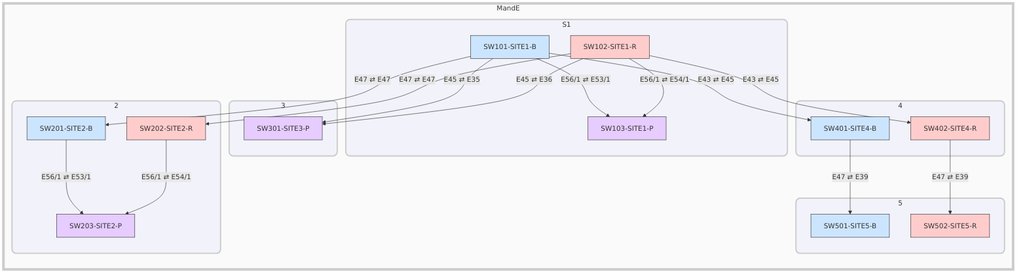
The Mermaid diagram sites/eastcoast/documentation/images/site_diagram.png in wdion-arista/MandE, before a commit. Its source is kept beside it as sites/eastcoast/documentation/images/site_diagram.mmd.
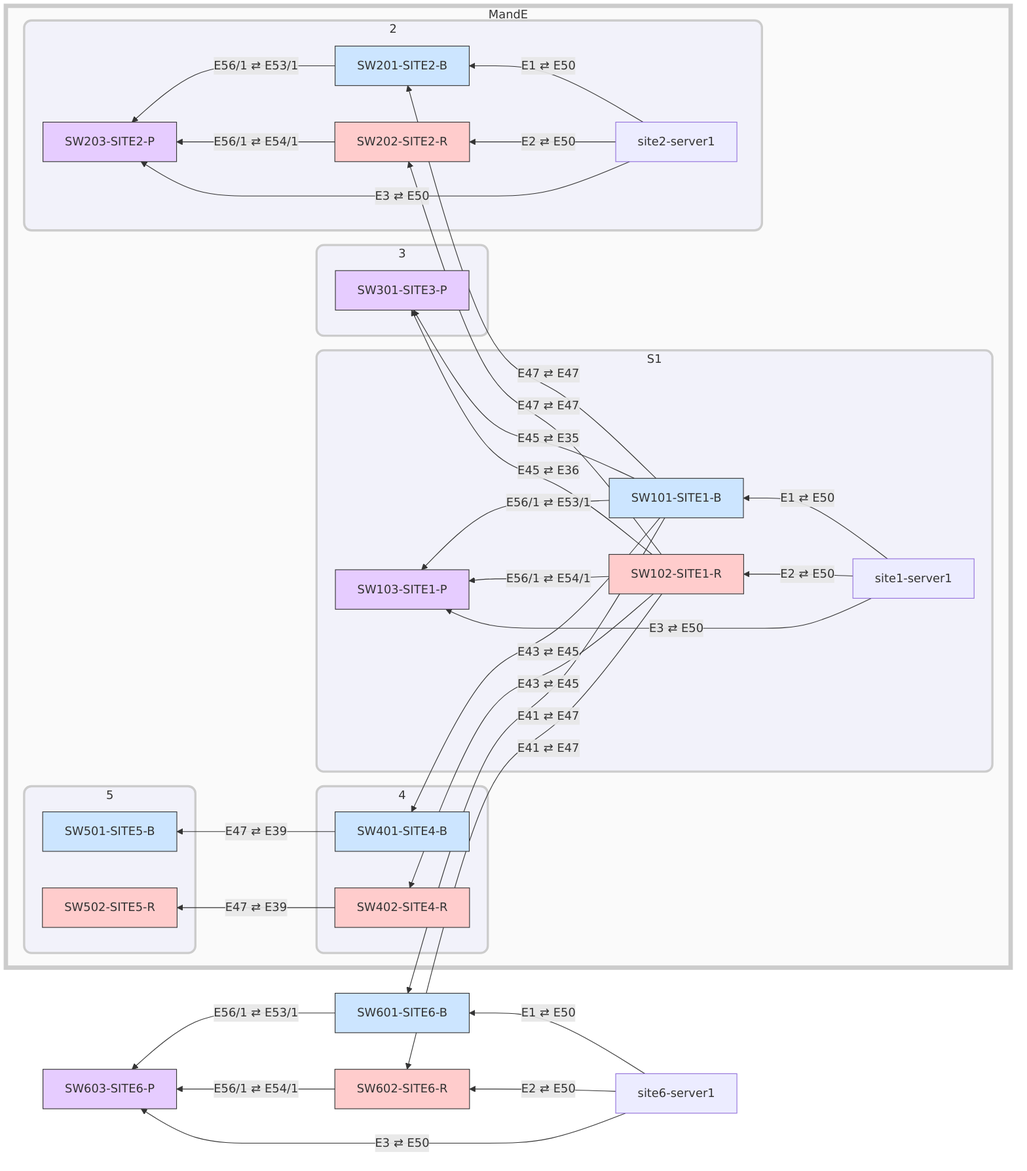
After the change.

What changed in the source:
```diff
@@ -12,12 +12,14 @@
     SW101-SITE1-B
     SW102-SITE1-R
     SW103-SITE1-P
+    site1-server1
 end
 subgraph 2
     direction RL
     SW201-SITE2-B
     SW202-SITE2-R
     SW203-SITE2-P
+    site2-server1
 end
 subgraph 3
     direction RL
@@ -33,18 +35,31 @@
     SW501-SITE5-B
     SW502-SITE5-R
 end
+    SW101-SITE1-B -- "E41 ⇄ E47" --> SW601-SITE6-B
     SW101-SITE1-B -- "E43 ⇄ E45" --> SW401-SITE4-B
     SW101-SITE1-B -- "E45 ⇄ E35" --> SW301-SITE3-P
     SW101-SITE1-B -- "E47 ⇄ E47" --> SW201-SITE2-B
     SW101-SITE1-B -- "E56/1 ⇄ E53/1" --> SW103-SITE1-P
+    site1-server1 -- "E1 ⇄ E50" --> SW101-SITE1-B
+    SW102-SITE1-R -- "E41 ⇄ E47" --> SW602-SITE6-R
     SW102-SITE1-R -- "E43 ⇄ E45" --> SW402-SITE4-R
     SW102-SITE1-R -- "E45 ⇄ E36" --> SW301-SITE3-P
     SW102-SITE1-R -- "E47 ⇄ E47" --> SW202-SITE2-R
     SW102-SITE1-R -- "E56/1 ⇄ E54/1" --> SW103-SITE1-P
+    site1-server1 -- "E2 ⇄ E50" --> SW102-SITE1-R
+    site1-server1 -- "E3 ⇄ E50" --> SW103-SITE1-P
     SW201-SITE2-B -- "E56/1 ⇄ E53/1" --> SW203-SITE2-P
+    site2-server1 -- "E1 ⇄ E50" --> SW201-SITE2-B
     SW202-SITE2-R -- "E56/1 ⇄ E54/1" --> SW203-SITE2-P
+    site2-server1 -- "E2 ⇄ E50" --> SW202-SITE2-R
+    site2-server1 -- "E3 ⇄ E50" --> SW203-SITE2-P
     SW401-SITE4-B -- "E47 ⇄ E39" --> SW501-SITE5-B
     SW402-SITE4-R -- "E47 ⇄ E39" --> SW502-SITE5-R
+    SW601-SITE6-B -- "E56/1 ⇄ E53/1" --> SW603-SITE6-P
+    site6-server1 -- "E1 ⇄ E50" --> SW601-SITE6-B
+    SW602-SITE6-R -- "E56/1 ⇄ E54/1" --> SW603-SITE6-P
+    site6-server1 -- "E2 ⇄ E50" --> SW602-SITE6-R
+    site6-server1 -- "E3 ⇄ E50" --> SW603-SITE6-P
 style SW101-SITE1-B fill:#cce5ff,stroke:#333,stroke-width:1px
 style SW102-SITE1-R fill:#ffcccc,stroke:#333,stroke-width:1px
 style SW103-SITE1-P fill:#e6ccff,stroke:#333,stroke-width:1px
@@ -56,6 +71,9 @@
 style SW402-SITE4-R fill:#ffcccc,stroke:#333,stroke-width:1px
 style SW501-SITE5-B fill:#cce5ff,stroke:#333,stroke-width:1px
 style SW502-SITE5-R fill:#ffcccc,stroke:#333,stroke-width:1px
+style SW601-SITE6-B fill:#cce5ff,stroke:#333,stroke-width:1px
+style SW602-SITE6-R fill:#ffcccc,stroke:#333,stroke-width:1px
+style SW603-SITE6-P fill:#e6ccff,stroke:#333,stroke-width:1px
 style TITLE fill:#fafafa,stroke:#ccc,stroke-width:6px,white-space:nowrap;
 style S1 fill:#f2f2fa,stroke:#ccc,stroke-width:3px,rx:10,ry:10;
 style 2 fill:#f2f2fa,stroke:#ccc,stroke-width:3px,rx:10,ry:10;
```
